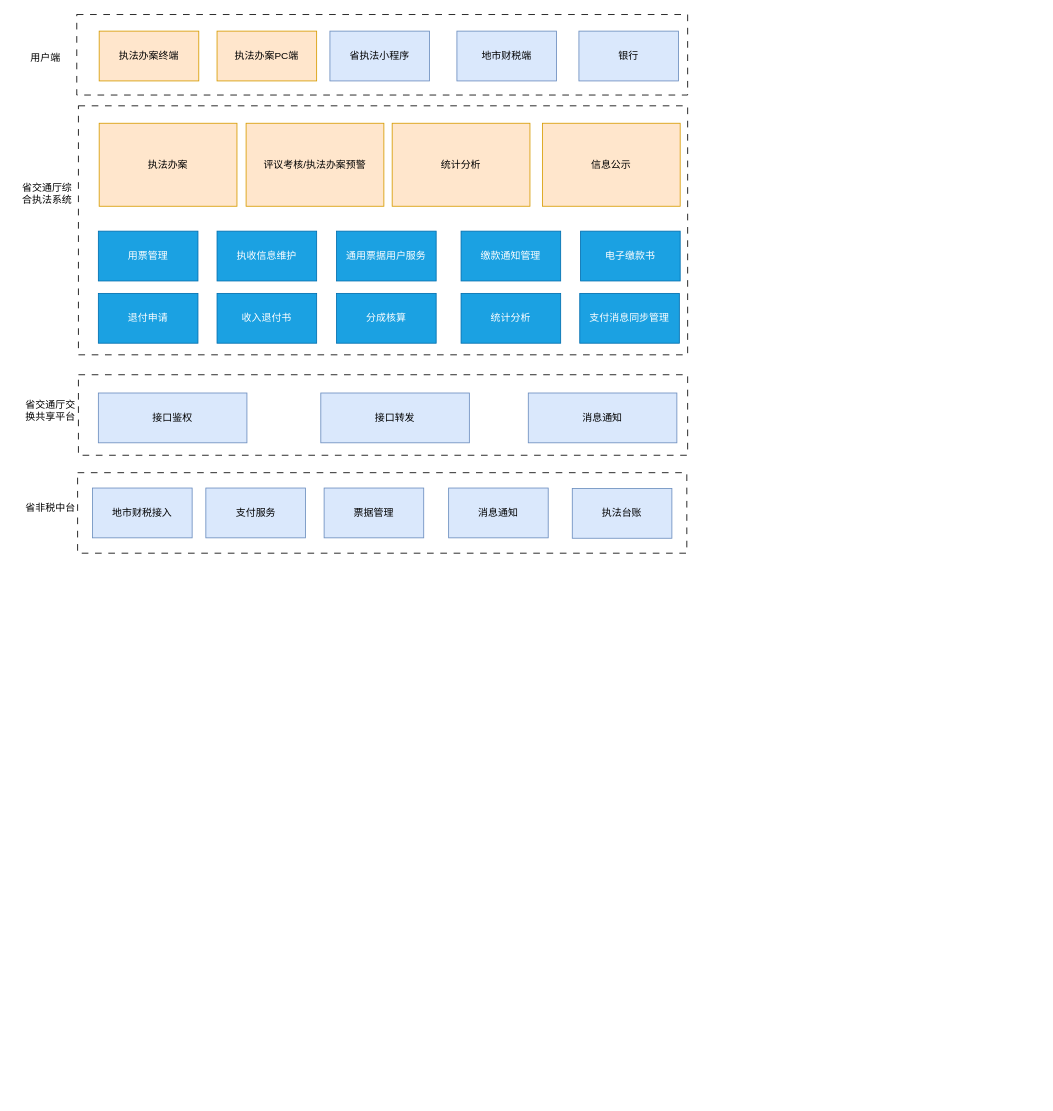
This is page "新疆移民局技术架构" (7 of 10) of 未命名绘图.drawio from jackyliu/design, a draw.io file, before an edit. Source tidied: cells renumbered, new cells numbered last; positions are measured from the earlier drawing's top-left corner, leaving out a move shared by most shapes. Both pictures are drawn from the tidied source at 83%, with x=0, y=0 at pixel (14, 14).
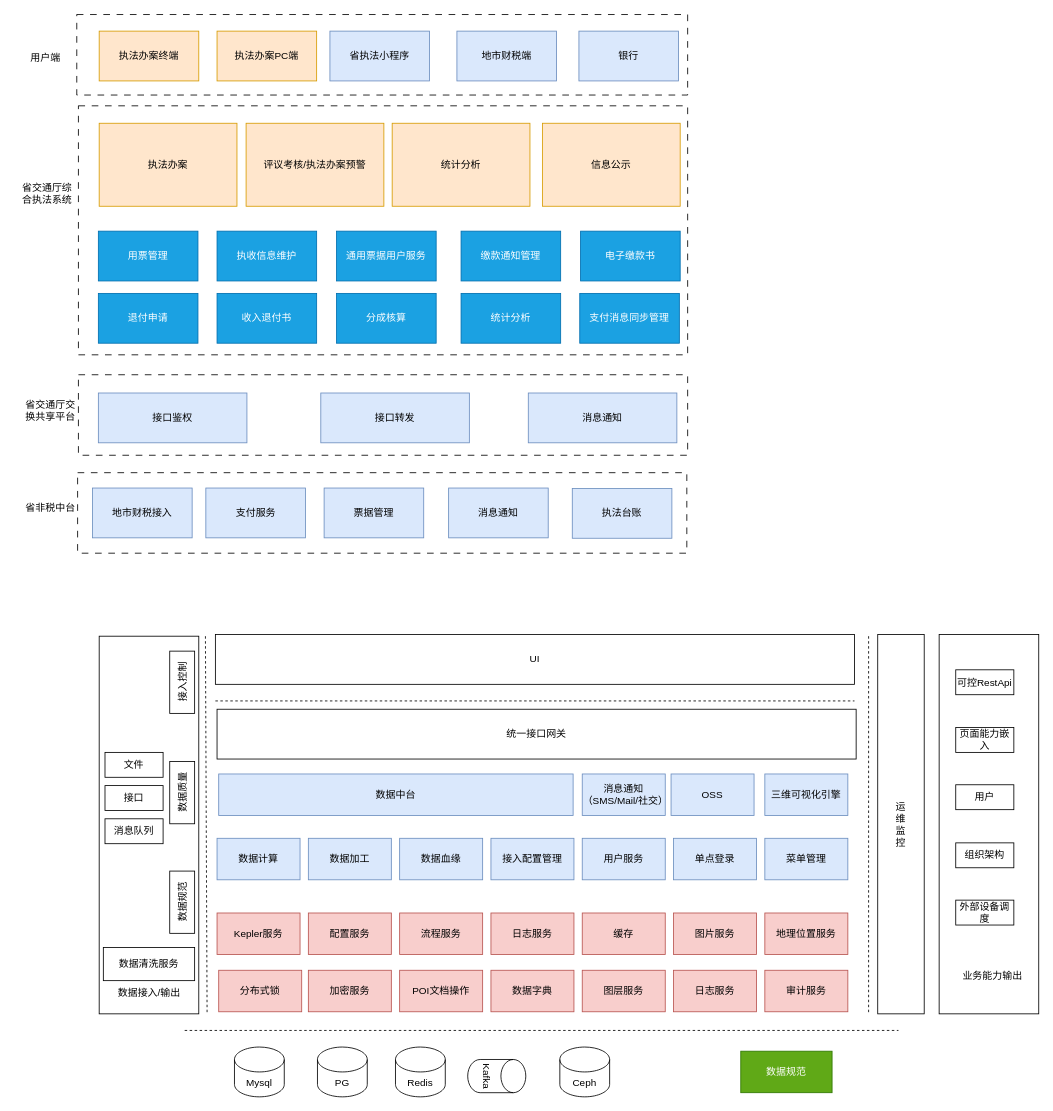
The same diagram, later.

Commit message:
更新未命名绘图.drawio

What changed in the source:
```diff
@@
+    <mxCell id="37" value="Kepler服务" style="rounded=0;whiteSpace=wrap;html=1;fillColor=#f8cecc;strokeColor=#b85450;" parent="1" vertex="1">
+      <mxGeometry x="244" y="1082.5" width="100" height="50" as="geometry" />
+    </mxCell>
+    <mxCell id="38" style="endArrow=none;dashed=1;html=1;rounded=0;" parent="1" edge="1">
+      <mxGeometry relative="1" as="geometry">
+        <mxPoint x="232" y="1202" as="sourcePoint" />
+        <mxPoint x="230" y="748" as="targetPoint" />
+      </mxGeometry>
+    </mxCell>
+    <mxCell id="39" value="配置服务" style="rounded=0;whiteSpace=wrap;html=1;fillColor=#f8cecc;strokeColor=#b85450;" parent="1" vertex="1">
+      <mxGeometry x="354" y="1082.5" width="100" height="50" as="geometry" />
+    </mxCell>
+    <mxCell id="40" value="流程服务" style="rounded=0;whiteSpace=wrap;html=1;fillColor=#f8cecc;strokeColor=#b85450;" parent="1" vertex="1">
+      <mxGeometry x="464" y="1082.5" width="100" height="50" as="geometry" />
+    </mxCell>
+    <mxCell id="41" value="Mysql" style="shape=cylinder3;whiteSpace=wrap;html=1;boundedLbl=1;backgroundOutline=1;size=15;" parent="1" vertex="1">
+      <mxGeometry x="265" y="1244" width="60" height="60" as="geometry" />
+    </mxCell>
+    <mxCell id="42" value="PG" style="shape=cylinder3;whiteSpace=wrap;html=1;boundedLbl=1;backgroundOutline=1;size=15;" parent="1" vertex="1">
+      <mxGeometry x="365" y="1244" width="60" height="60" as="geometry" />
+    </mxCell>
+    <mxCell id="43" value="Kafka" style="shape=cylinder3;whiteSpace=wrap;html=1;boundedLbl=1;backgroundOutline=1;size=15;rotation=90;" parent="1" vertex="1">
+      <mxGeometry x="561" y="1244" width="40" height="70" as="geometry" />
+    </mxCell>
+    <mxCell id="44" value="Redis" style="shape=cylinder3;whiteSpace=wrap;html=1;boundedLbl=1;backgroundOutline=1;size=15;" parent="1" vertex="1">
+      <mxGeometry x="459" y="1244" width="60" height="60" as="geometry" />
+    </mxCell>
+    <mxCell id="45" style="endArrow=none;dashed=1;html=1;rounded=0;" parent="1" edge="1">
+      <mxGeometry relative="1" as="geometry">
+        <mxPoint x="205" y="1224" as="sourcePoint" />
+        <mxPoint x="1065" y="1224" as="targetPoint" />
+      </mxGeometry>
+    </mxCell>
+    <mxCell id="46" value="日志服务" style="rounded=0;whiteSpace=wrap;html=1;fillColor=#f8cecc;strokeColor=#b85450;" parent="1" vertex="1">
+      <mxGeometry x="574" y="1082.5" width="100" height="50" as="geometry" />
+    </mxCell>
+    <mxCell id="47" value="缓存" style="rounded=0;whiteSpace=wrap;html=1;fillColor=#f8cecc;strokeColor=#b85450;" parent="1" vertex="1">
+      <mxGeometry x="684" y="1082.5" width="100" height="50" as="geometry" />
+    </mxCell>
+    <mxCell id="48" value="图片服务" style="rounded=0;whiteSpace=wrap;html=1;fillColor=#f8cecc;strokeColor=#b85450;" parent="1" vertex="1">
+      <mxGeometry x="794" y="1082.5" width="100" height="50" as="geometry" />
+    </mxCell>
+    <mxCell id="49" value="地理位置服务" style="rounded=0;whiteSpace=wrap;html=1;fillColor=#f8cecc;strokeColor=#b85450;" parent="1" vertex="1">
+      <mxGeometry x="904" y="1082.5" width="100" height="50" as="geometry" />
+    </mxCell>
+    <mxCell id="50" value="Ceph" style="shape=cylinder3;whiteSpace=wrap;html=1;boundedLbl=1;backgroundOutline=1;size=15;" parent="1" vertex="1">
+      <mxGeometry x="657" y="1244" width="60" height="60" as="geometry" />
+    </mxCell>
+    <mxCell id="51" style="endArrow=none;dashed=1;html=1;rounded=0;" parent="1" edge="1">
+      <mxGeometry relative="1" as="geometry">
+        <mxPoint x="1029" y="1202" as="sourcePoint" />
+        <mxPoint x="1029" y="747" as="targetPoint" />
+      </mxGeometry>
+    </mxCell>
+    <mxCell id="52" value="数据规范" style="rounded=0;whiteSpace=wrap;html=1;fillColor=#60a917;strokeColor=#2D7600;fontColor=#ffffff;" parent="1" vertex="1">
+      <mxGeometry x="875" y="1249" width="110" height="50" as="geometry" />
+    </mxCell>
+    <mxCell id="53" value="数据计算" style="rounded=0;whiteSpace=wrap;html=1;fillColor=#dae8fc;strokeColor=#6c8ebf;" parent="1" vertex="1">
+      <mxGeometry x="244" y="992.5" width="100" height="50" as="geometry" />
+    </mxCell>
+    <mxCell id="54" value="数据加工" style="rounded=0;whiteSpace=wrap;html=1;fillColor=#dae8fc;strokeColor=#6c8ebf;" parent="1" vertex="1">
+      <mxGeometry x="354" y="992.5" width="100" height="50" as="geometry" />
+    </mxCell>
+    <mxCell id="55" value="数据血缘" style="rounded=0;whiteSpace=wrap;html=1;fillColor=#dae8fc;strokeColor=#6c8ebf;" parent="1" vertex="1">
+      <mxGeometry x="464" y="992.5" width="100" height="50" as="geometry" />
+    </mxCell>
+    <mxCell id="56" value="接入配置管理" style="rounded=0;whiteSpace=wrap;html=1;fillColor=#dae8fc;strokeColor=#6c8ebf;" parent="1" vertex="1">
+      <mxGeometry x="574" y="992.5" width="100" height="50" as="geometry" />
+    </mxCell>
+    <mxCell id="57" value="用户服务" style="rounded=0;whiteSpace=wrap;html=1;fillColor=#dae8fc;strokeColor=#6c8ebf;" parent="1" vertex="1">
+      <mxGeometry x="684" y="992.5" width="100" height="50" as="geometry" />
+    </mxCell>
+    <mxCell id="58" value="单点登录" style="rounded=0;whiteSpace=wrap;html=1;fillColor=#dae8fc;strokeColor=#6c8ebf;" parent="1" vertex="1">
+      <mxGeometry x="794" y="992.5" width="100" height="50" as="geometry" />
+    </mxCell>
+    <mxCell id="59" value="菜单管理" style="rounded=0;whiteSpace=wrap;html=1;fillColor=#dae8fc;strokeColor=#6c8ebf;" parent="1" vertex="1">
+      <mxGeometry x="904" y="992.5" width="100" height="50" as="geometry" />
+    </mxCell>
+    <mxCell id="60" style="rounded=0;whiteSpace=wrap;html=1;" parent="1" vertex="1">
+      <mxGeometry x="102" y="749" width="120" height="455" as="geometry" />
+    </mxCell>
+    <mxCell id="61" value="文件" style="rounded=0;whiteSpace=wrap;html=1;" parent="1" vertex="1">
+      <mxGeometry x="109" y="889" width="70" height="30" as="geometry" />
+    </mxCell>
+    <mxCell id="62" value="接口" style="rounded=0;whiteSpace=wrap;html=1;" parent="1" vertex="1">
+      <mxGeometry x="109" y="929" width="70" height="30" as="geometry" />
+    </mxCell>
+    <mxCell id="63" value="消息队列" style="rounded=0;whiteSpace=wrap;html=1;" parent="1" vertex="1">
+      <mxGeometry x="109" y="969" width="70" height="30" as="geometry" />
+    </mxCell>
+    <mxCell id="64" style="group;" parent="1" vertex="1">
+      <mxGeometry x="182" y="767" width="40" height="75" as="geometry" />
+    </mxCell>
+    <mxCell id="65" style="rounded=0;whiteSpace=wrap;html=1;" parent="64" vertex="1">
+      <mxGeometry x="5" width="30" height="75" as="geometry" />
+    </mxCell>
+    <mxCell id="66" value="接入控制" style="text;html=1;align=center;verticalAlign=middle;fillColor=none;strokeColor=none;rounded=0;horizontal=0;" parent="64" vertex="1">
+      <mxGeometry y="7.5" width="40" height="60" as="geometry" />
+    </mxCell>
+    <mxCell id="67" style="group;" parent="1" vertex="1">
+      <mxGeometry x="182" y="900" width="40" height="75" as="geometry" />
+    </mxCell>
+    <mxCell id="68" style="rounded=0;whiteSpace=wrap;html=1;" parent="67" vertex="1">
+      <mxGeometry x="5" width="30" height="75" as="geometry" />
+    </mxCell>
+    <mxCell id="69" value="数据质量" style="text;html=1;align=center;verticalAlign=middle;fillColor=none;strokeColor=none;rounded=0;horizontal=0;" parent="67" vertex="1">
+      <mxGeometry y="7.5" width="40" height="60" as="geometry" />
+    </mxCell>
+    <mxCell id="70" value="数据接入/输出" style="text;html=1;align=center;verticalAlign=middle;fillColor=none;strokeColor=none;rounded=0;" parent="1" vertex="1">
+      <mxGeometry x="112" y="1164" width="100" height="30" as="geometry" />
+    </mxCell>
+    <mxCell id="71" value="三维可视化引擎" style="rounded=0;whiteSpace=wrap;html=1;fillColor=#dae8fc;strokeColor=#6c8ebf;" parent="1" vertex="1">
+      <mxGeometry x="904" y="915" width="100" height="50" as="geometry" />
+    </mxCell>
+    <mxCell id="72" style="rounded=0;whiteSpace=wrap;html=1;" parent="1" vertex="1">
+      <mxGeometry x="1114" y="747" width="120" height="457" as="geometry" />
+    </mxCell>
+    <mxCell id="73" style="endArrow=none;dashed=1;html=1;rounded=0;" parent="1" edge="1">
+      <mxGeometry relative="1" as="geometry">
+        <mxPoint x="242" y="827" as="sourcePoint" />
+        <mxPoint x="1012" y="827" as="targetPoint" />
+      </mxGeometry>
+    </mxCell>
+    <mxCell id="74" style="group;" parent="1" vertex="1">
+      <mxGeometry x="182" y="1032" width="40" height="75" as="geometry" />
+    </mxCell>
+    <mxCell id="75" style="rounded=0;whiteSpace=wrap;html=1;" parent="74" vertex="1">
+      <mxGeometry x="5" width="30" height="75" as="geometry" />
+    </mxCell>
+    <mxCell id="76" value="数据规范" style="text;html=1;align=center;verticalAlign=middle;fillColor=none;strokeColor=none;rounded=0;horizontal=0;" parent="74" vertex="1">
+      <mxGeometry y="7.5" width="40" height="60" as="geometry" />
+    </mxCell>
+    <mxCell id="77" value="数据清洗服务" style="rounded=0;whiteSpace=wrap;html=1;" parent="1" vertex="1">
+      <mxGeometry x="107" y="1124" width="110" height="40" as="geometry" />
+    </mxCell>
+    <mxCell id="78" value="业务能力输出" style="text;html=1;align=center;verticalAlign=middle;fillColor=none;strokeColor=none;rounded=0;" parent="1" vertex="1">
+      <mxGeometry x="1128" y="1144" width="100" height="30" as="geometry" />
+    </mxCell>
+    <mxCell id="79" value="可控RestApi" style="rounded=0;whiteSpace=wrap;html=1;" parent="1" vertex="1">
+      <mxGeometry x="1134" y="789.5" width="70" height="30" as="geometry" />
+    </mxCell>
+    <mxCell id="80" value="页面能力嵌入" style="rounded=0;whiteSpace=wrap;html=1;" parent="1" vertex="1">
+      <mxGeometry x="1134" y="859" width="70" height="30" as="geometry" />
+    </mxCell>
+    <mxCell id="81" value="用户" style="rounded=0;whiteSpace=wrap;html=1;" parent="1" vertex="1">
+      <mxGeometry x="1134" y="928" width="70" height="30" as="geometry" />
+    </mxCell>
+    <mxCell id="82" value="组织架构" style="rounded=0;whiteSpace=wrap;html=1;" parent="1" vertex="1">
+      <mxGeometry x="1134" y="998" width="70" height="30" as="geometry" />
+    </mxCell>
+    <mxCell id="83" value="外部设备调度" style="rounded=0;whiteSpace=wrap;html=1;" parent="1" vertex="1">
+      <mxGeometry x="1134" y="1067" width="70" height="30" as="geometry" />
+    </mxCell>
+    <mxCell id="84" value="OSS" style="rounded=0;whiteSpace=wrap;html=1;fillColor=#dae8fc;strokeColor=#6c8ebf;" parent="1" vertex="1">
+      <mxGeometry x="791" y="915" width="100" height="50" as="geometry" />
+    </mxCell>
+    <mxCell id="85" value="消息通知（SMS/Mail/社交）" style="rounded=0;whiteSpace=wrap;html=1;fillColor=#dae8fc;strokeColor=#6c8ebf;" parent="1" vertex="1">
+      <mxGeometry x="684" y="915" width="100" height="50" as="geometry" />
+    </mxCell>
+    <mxCell id="86" value="UI" style="rounded=0;whiteSpace=wrap;html=1;" parent="1" vertex="1">
+      <mxGeometry x="242" y="747" width="770" height="60" as="geometry" />
+    </mxCell>
+    <mxCell id="87" value="数据中台" style="rounded=0;whiteSpace=wrap;html=1;fillColor=#dae8fc;strokeColor=#6c8ebf;" parent="1" vertex="1">
+      <mxGeometry x="246" y="915" width="427" height="50" as="geometry" />
+    </mxCell>
+    <mxCell id="88" value="分布式锁" style="rounded=0;whiteSpace=wrap;html=1;fillColor=#f8cecc;strokeColor=#b85450;" parent="1" vertex="1">
+      <mxGeometry x="246" y="1151.5" width="100" height="50" as="geometry" />
+    </mxCell>
+    <mxCell id="89" value="加密服务" style="rounded=0;whiteSpace=wrap;html=1;fillColor=#f8cecc;strokeColor=#b85450;" parent="1" vertex="1">
+      <mxGeometry x="354" y="1151.5" width="100" height="50" as="geometry" />
+    </mxCell>
+    <mxCell id="90" value="POI文档操作" style="rounded=0;whiteSpace=wrap;html=1;fillColor=#f8cecc;strokeColor=#b85450;" parent="1" vertex="1">
+      <mxGeometry x="464" y="1151.5" width="100" height="50" as="geometry" />
+    </mxCell>
+    <mxCell id="91" value="数据字典" style="rounded=0;whiteSpace=wrap;html=1;fillColor=#f8cecc;strokeColor=#b85450;" parent="1" vertex="1">
+      <mxGeometry x="574" y="1151.5" width="100" height="50" as="geometry" />
+    </mxCell>
+    <mxCell id="92" value="图层服务" style="rounded=0;whiteSpace=wrap;html=1;fillColor=#f8cecc;strokeColor=#b85450;" parent="1" vertex="1">
+      <mxGeometry x="684" y="1151.5" width="100" height="50" as="geometry" />
+    </mxCell>
+    <mxCell id="93" value="日志服务" style="rounded=0;whiteSpace=wrap;html=1;fillColor=#f8cecc;strokeColor=#b85450;" parent="1" vertex="1">
+      <mxGeometry x="794" y="1151.5" width="100" height="50" as="geometry" />
+    </mxCell>
+    <mxCell id="94" value="审计服务" style="rounded=0;whiteSpace=wrap;html=1;fillColor=#f8cecc;strokeColor=#b85450;" parent="1" vertex="1">
+      <mxGeometry x="904" y="1151.5" width="100" height="50" as="geometry" />
+    </mxCell>
+    <mxCell id="95" value="统一接口网关" style="rounded=0;whiteSpace=wrap;html=1;" parent="1" vertex="1">
+      <mxGeometry x="244" y="837" width="770" height="60" as="geometry" />
+    </mxCell>
+    <mxCell id="96" value="运&lt;br&gt;维&lt;br&gt;监&lt;br&gt;控" style="rounded=0;whiteSpace=wrap;html=1;" parent="1" vertex="1">
+      <mxGeometry x="1040" y="747" width="56" height="457" as="geometry" />
+    </mxCell>
```
